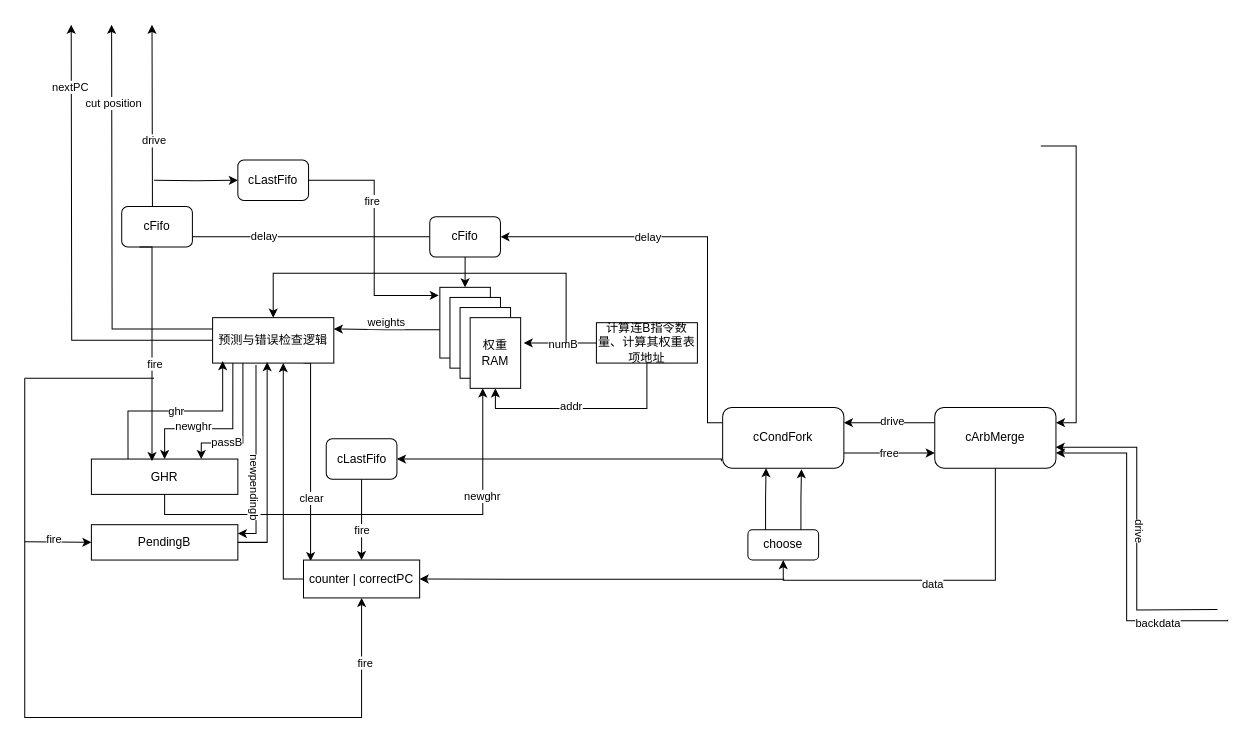
The draw.io diagram page "BProcess" (2 of 2) of asyncFrontendOverview.drawio in zhangxm99/LZUcomputer, before the edit. Source tidied: cells renumbered, new cells numbered last; positions are measured from the earlier drawing's top-left corner, leaving out a move shared by most shapes. Both pictures are drawn from the tidied source at 101%, with x=0, y=0 at pixel (24, 24).
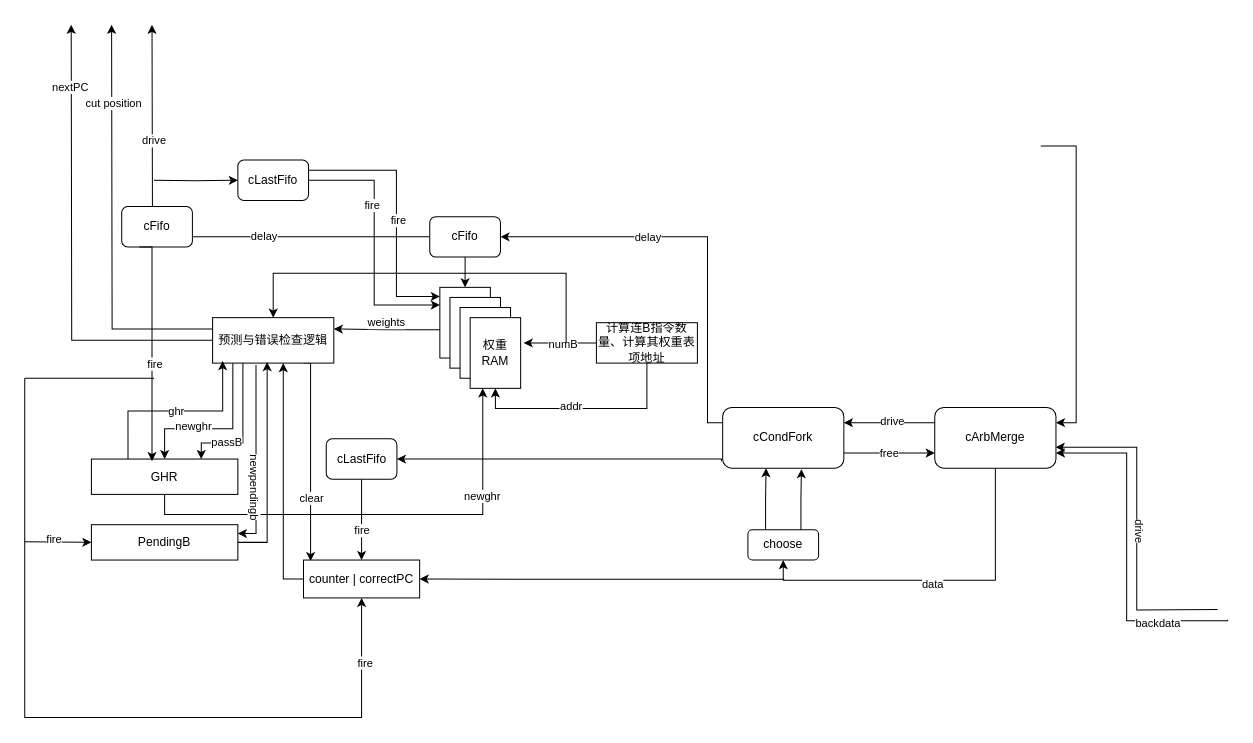
The same page after the edit.

Unchanged cells that the change refers to:
```xml
<mxCell id="31" style="rounded=0;whiteSpace=wrap;html=1;" parent="1" vertex="1">
  <mxGeometry x="411" y="260" width="50" height="70" as="geometry" />
</mxCell>
<mxCell id="71" value="cLastFifo" style="rounded=1;whiteSpace=wrap;html=1;" parent="1" vertex="1">
  <mxGeometry x="211" y="134" width="70" height="40" as="geometry" />
</mxCell>
```

Change to the diagram source:
```diff
@@
-    <mxCell id="72" style="edgeStyle=orthogonalEdgeStyle;rounded=0;jettySize=auto;html=1;exitX=1;exitY=0.5;exitDx=0;exitDy=0;entryX=-0.02;entryY=0.114;entryDx=0;entryDy=0;entryPerimeter=0;" parent="1" edge="1" source="71" target="31">
+    <mxCell id="72" style="edgeStyle=orthogonalEdgeStyle;rounded=0;jettySize=auto;html=1;exitX=1;exitY=0.5;exitDx=0;exitDy=0;entryX=0;entryY=0.25;entryDx=0;entryDy=0;" parent="1" edge="1" source="71" target="31">
       <mxGeometry relative="1" as="geometry" />
     </mxCell>
@@
+    <mxCell id="74" style="edgeStyle=orthogonalEdgeStyle;rounded=0;jettySize=auto;html=1;exitX=1;exitY=0.25;exitDx=0;exitDy=0;entryX=0;entryY=0.129;entryDx=0;entryDy=0;entryPerimeter=0;" parent="1" edge="1" source="71" target="31">
+      <mxGeometry relative="1" as="geometry">
+        <Array as="points">
+          <mxPoint x="368" y="144" />
+          <mxPoint x="368" y="269" />
+        </Array>
+      </mxGeometry>
+    </mxCell>
+    <mxCell id="75" value="fire" style="edgeLabel;html=1;align=center;verticalAlign=middle;" parent="74" vertex="1">
+      <mxGeometry x="0.07" y="1" relative="1" as="geometry" />
+    </mxCell>
```
